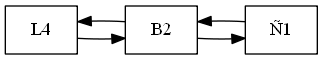
loumisha96/EDD_1S2020_PY1_201602935 keeps this Graphviz diagram as RepFichas.png. Above is the earlier version. Its source is kept beside it as RepFichas.dot. Its diagram source:
```dot
digraph G{
rankdir = LR;
node[shape = record];
L4->B2
B2->Ñ1
Ñ1->B2
B2->L4
}
```
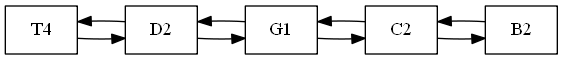
Later version of the same file.

Change to the diagram source:
```diff
@@ -1,8 +1,12 @@
 digraph G{
 rankdir = LR;
 node[shape = record];
-L4->B2
-B2->Ñ1
-Ñ1->B2
-B2->L4
+T4->D2
+D2->G1
+G1->C2
+C2->B2
+B2->C2
+C2->G1
+G1->D2
+D2->T4
 }
```
